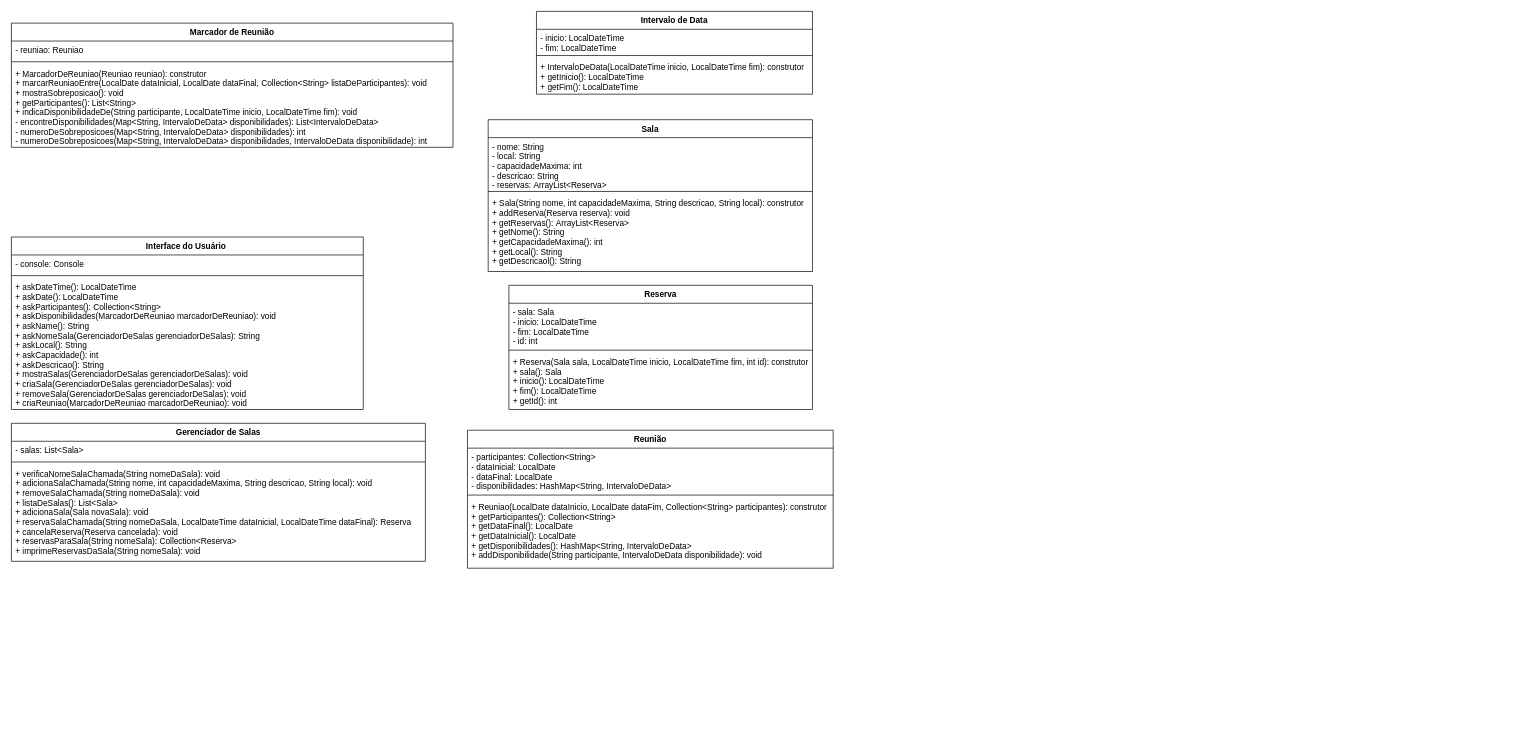
Earlier version of the draw.io diagram Untitled Diagram.drawio (luan-2rq/COO-Gerenciador-De-Salas). Source tidied: cells renumbered, new cells numbered last; positions are measured from the earlier drawing's top-left corner, leaving out a move shared by most shapes. Both pictures are drawn from the tidied source at 69%, with x=0, y=0 at pixel (11, 11).
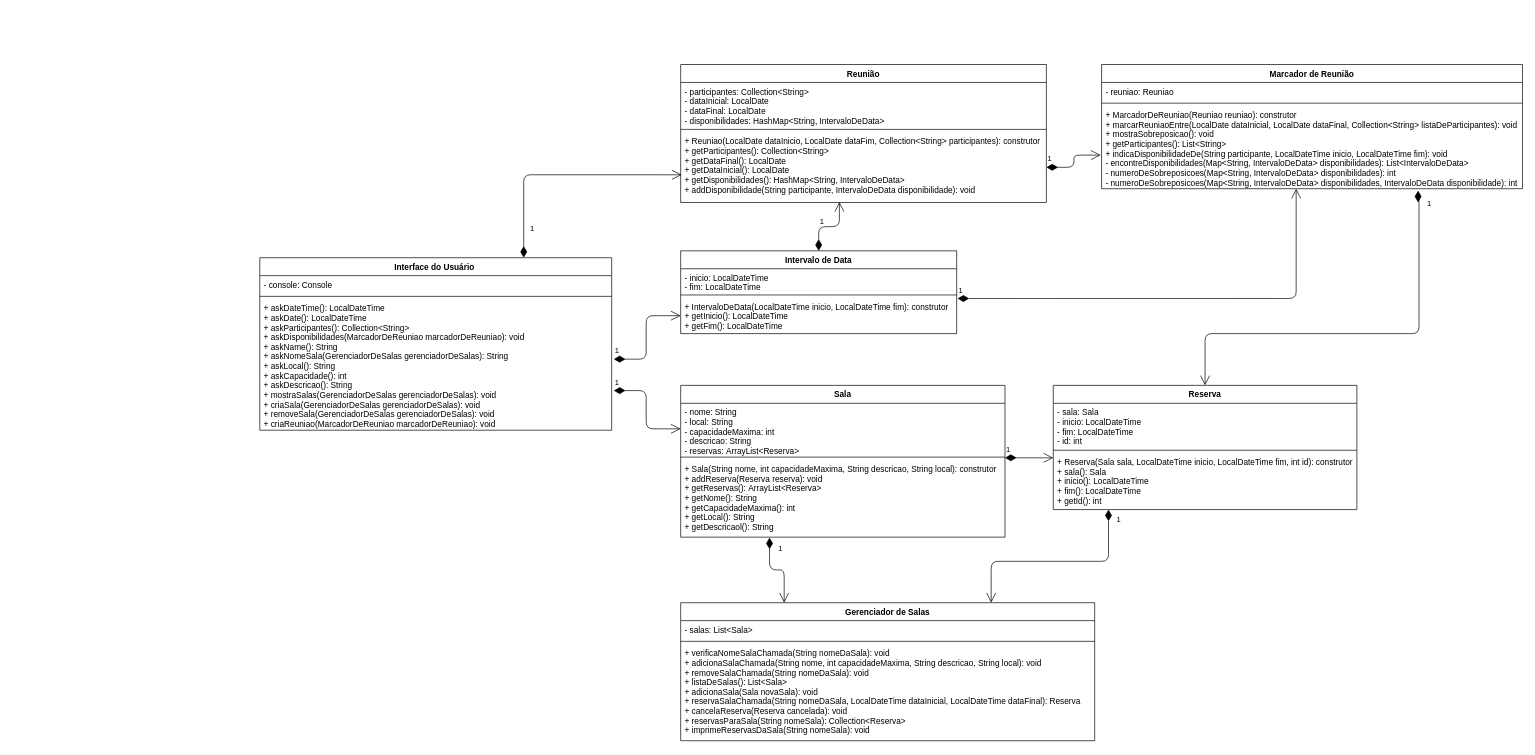
Above is the later version.

Unchanged cells that the change refers to:
```xml
<mxCell id="9" value="+ askDateTime(): LocalDateTime &#10;+ askDate(): LocalDateTime &#10;+ askParticipantes(): Collection&lt;String&gt; &#10;+ askDisponibilidades(MarcadorDeReuniao marcadorDeReuniao): void&#10;+ askName(): String&#10;+ askNomeSala(GerenciadorDeSalas gerenciadorDeSalas): String&#10;+ askLocal(): String&#10;+ askCapacidade(): int&#10;+ askDescricao(): String&#10;+ mostraSalas(GerenciadorDeSalas gerenciadorDeSalas): void&#10;+ criaSala(GerenciadorDeSalas gerenciadorDeSalas): void&#10;+ removeSala(GerenciadorDeSalas gerenciadorDeSalas): void&#10;+ criaReuniao(MarcadorDeReuniao marcadorDeReuniao): void&#10;" style="text;strokeColor=none;fillColor=none;align=left;verticalAlign=top;spacingLeft=4;spacingRight=4;overflow=hidden;points=[[0,0.5],[1,0.5]];portConstraint=eastwest;" parent="6" vertex="1">
  <mxGeometry y="60" width="510" height="190" as="geometry" />
</mxCell>
<mxCell id="17" value="+ Reuniao(LocalDate dataInicio, LocalDate dataFim, Collection&lt;String&gt; participantes): construtor&#10;+ getParticipantes(): Collection&lt;String&gt;&#10;+ getDataFinal(): LocalDate&#10;+ getDataInicial(): LocalDate&#10;+ getDisponibilidades(): HashMap&lt;String, IntervaloDeData&gt; &#10;+ addDisponibilidade(String participante, IntervaloDeData disponibilidade): void&#10;" style="text;strokeColor=none;fillColor=none;align=left;verticalAlign=top;spacingLeft=4;spacingRight=4;overflow=hidden;points=[[0,0.5],[1,0.5]];portConstraint=eastwest;" parent="14" vertex="1">
  <mxGeometry y="98" width="530" height="102" as="geometry" />
</mxCell>
<mxCell id="21" value="+ Reserva(Sala sala, LocalDateTime inicio, LocalDateTime fim, int id): construtor&#10;+ sala(): Sala&#10;+ inicio(): LocalDateTime&#10;+ fim(): LocalDateTime&#10;+ getId(): int" style="text;strokeColor=none;fillColor=none;align=left;verticalAlign=top;spacingLeft=4;spacingRight=4;overflow=hidden;points=[[0,0.5],[1,0.5]];portConstraint=eastwest;" parent="18" vertex="1">
  <mxGeometry y="98" width="440" height="82" as="geometry" />
</mxCell>
<mxCell id="23" value="- nome: String&#10;- local: String&#10;- capacidadeMaxima: int&#10;- descricao: String&#10;- reservas: ArrayList&lt;Reserva&gt;&#10;" style="text;strokeColor=none;fillColor=none;align=left;verticalAlign=top;spacingLeft=4;spacingRight=4;overflow=hidden;points=[[0,0.5],[1,0.5]];portConstraint=eastwest;" parent="22" vertex="1">
  <mxGeometry y="26" width="470" height="74" as="geometry" />
</mxCell>
<mxCell id="25" value="+ Sala(String nome, int capacidadeMaxima, String descricao, String local): construtor&#10;+ addReserva(Reserva reserva): void&#10;+ getReservas(): ArrayList&lt;Reserva&gt;&#10;+ getNome(): String&#10;+ getCapacidadeMaxima(): int&#10;+ getLocal(): String&#10;+ getDescricaol(): String" style="text;strokeColor=none;fillColor=none;align=left;verticalAlign=top;spacingLeft=4;spacingRight=4;overflow=hidden;points=[[0,0.5],[1,0.5]];portConstraint=eastwest;" parent="22" vertex="1">
  <mxGeometry y="108" width="470" height="112" as="geometry" />
</mxCell>
<mxCell id="29" value="+ IntervaloDeData(LocalDateTime inicio, LocalDateTime fim): construtor&#10;+ getInicio(): LocalDateTime&#10;+ getFim(): LocalDateTime" style="text;strokeColor=none;fillColor=none;align=left;verticalAlign=top;spacingLeft=4;spacingRight=4;overflow=hidden;points=[[0,0.5],[1,0.5]];portConstraint=eastwest;" parent="26" vertex="1">
  <mxGeometry y="68" width="400" height="52" as="geometry" />
</mxCell>
```

What changed in the source:
```diff
@@
     <mxCell id="2" value="Marcador de Reunião" style="swimlane;fontStyle=1;align=center;verticalAlign=top;horizontal=1;startSize=26;" parent="1" vertex="1">
-      <mxGeometry y="17" width="640" height="180" as="geometry" />
+      <mxGeometry x="1580" y="77" width="610" height="180" as="geometry" />
     </mxCell>
     <mxCell id="3" value="- reuniao: Reuniao" style="text;strokeColor=none;fillColor=none;align=left;verticalAlign=top;spacingLeft=4;spacingRight=4;overflow=hidden;" parent="2" vertex="1">
-      <mxGeometry y="26" width="640" height="26" as="geometry" />
+      <mxGeometry y="26" width="610" height="26" as="geometry" />
     </mxCell>
     <mxCell id="4" style="line;strokeWidth=1;fillColor=none;align=left;verticalAlign=middle;spacingTop=-1;spacingLeft=3;spacingRight=3;labelPosition=right;" parent="2" vertex="1">
-      <mxGeometry y="52" width="640" height="8" as="geometry" />
+      <mxGeometry y="52" width="610" height="8" as="geometry" />
     </mxCell>
     <mxCell id="5" value="+ MarcadorDeReuniao(Reuniao reuniao): construtor&#10;+ marcarReuniaoEntre(LocalDate dataInicial, LocalDate dataFinal, Collection&lt;String&gt; listaDeParticipantes): void&#10;+ mostraSobreposicao(): void&#10;+ getParticipantes(): List&lt;String&gt;&#10;+ indicaDisponibilidadeDe(String participante, LocalDateTime inicio, LocalDateTime fim): void&#10;- encontreDisponibilidades(Map&lt;String, IntervaloDeData&gt; disponibilidades): List&lt;IntervaloDeData&gt;&#10;- numeroDeSobreposicoes(Map&lt;String, IntervaloDeData&gt; disponibilidades): int&#10;- numeroDeSobreposicoes(Map&lt;String, IntervaloDeData&gt; disponibilidades, IntervaloDeData disponibilidade): int&#10;" style="text;strokeColor=none;fillColor=none;align=left;verticalAlign=top;spacingLeft=4;spacingRight=4;overflow=hidden;points=[[0,0.5],[1,0.5]];portConstraint=eastwest;" parent="2" vertex="1">
-      <mxGeometry y="60" width="640" height="120" as="geometry" />
+      <mxGeometry y="60" width="610" height="120" as="geometry" />
     </mxCell>
     <mxCell id="6" value="Interface do Usuário " style="swimlane;fontStyle=1;align=center;verticalAlign=top;horizontal=1;startSize=26;" parent="1" vertex="1">
-      <mxGeometry y="327" width="510" height="250" as="geometry" />
+      <mxGeometry x="360" y="357" width="510" height="250" as="geometry" />
     </mxCell>
@@
     <mxCell id="10" value="Gerenciador de Salas" style="swimlane;fontStyle=1;align=center;verticalAlign=top;horizontal=1;startSize=26;" parent="1" vertex="1">
-      <mxGeometry y="597" width="600" height="200" as="geometry" />
+      <mxGeometry x="970" y="857" width="600" height="200" as="geometry" />
     </mxCell>
@@
     <mxCell id="14" value="Reunião" style="swimlane;fontStyle=1;align=center;verticalAlign=top;horizontal=1;startSize=26;" parent="1" vertex="1">
-      <mxGeometry x="661" y="607" width="530" height="200" as="geometry" />
+      <mxGeometry x="970" y="77" width="530" height="200" as="geometry" />
     </mxCell>
@@
     <mxCell id="18" value="Reserva" style="swimlane;fontStyle=1;align=center;verticalAlign=top;horizontal=1;startSize=26;" parent="1" vertex="1">
-      <mxGeometry x="721" y="397" width="440" height="180" as="geometry" />
+      <mxGeometry x="1510" y="542" width="440" height="180" as="geometry" />
     </mxCell>
@@
     <mxCell id="22" value="Sala" style="swimlane;fontStyle=1;align=center;verticalAlign=top;horizontal=1;startSize=26;" parent="1" vertex="1">
-      <mxGeometry x="691" y="157" width="470" height="220" as="geometry" />
+      <mxGeometry x="970" y="542" width="470" height="220" as="geometry" />
     </mxCell>
@@
     <mxCell id="26" value="Intervalo de Data" style="swimlane;fontStyle=1;align=center;verticalAlign=top;horizontal=1;startSize=26;" parent="1" vertex="1">
-      <mxGeometry x="761" width="400" height="120" as="geometry" />
+      <mxGeometry x="970" y="347" width="400" height="120" as="geometry" />
     </mxCell>
@@
+    <mxCell id="30" value="1" style="endArrow=open;html=1;endSize=12;startArrow=diamondThin;startSize=14;startFill=1;edgeStyle=orthogonalEdgeStyle;align=left;verticalAlign=bottom;" parent="1" edge="1">
+      <mxGeometry x="-1" y="3" relative="1" as="geometry">
+        <mxPoint x="1440" y="647" as="sourcePoint" />
+        <mxPoint x="1510" y="647" as="targetPoint" />
+      </mxGeometry>
+    </mxCell>
+    <mxCell id="31" value="1" style="endArrow=open;html=1;endSize=12;startArrow=diamondThin;startSize=14;startFill=1;edgeStyle=orthogonalEdgeStyle;align=left;verticalAlign=bottom;exitX=1.003;exitY=0.022;exitDx=0;exitDy=0;exitPerimeter=0;" parent="1" edge="1" source="29" target="5">
+      <mxGeometry x="-1" y="3" relative="1" as="geometry">
+        <Array as="points">
+          <mxPoint x="1862" y="416" />
+        </Array>
+      </mxGeometry>
+    </mxCell>
+    <mxCell id="32" value="1" style="endArrow=open;html=1;endSize=12;startArrow=diamondThin;startSize=14;startFill=1;edgeStyle=orthogonalEdgeStyle;align=left;verticalAlign=bottom;exitX=0.5;exitY=0;exitDx=0;exitDy=0;entryX=0.434;entryY=0.992;entryDx=0;entryDy=0;entryPerimeter=0;" parent="1" edge="1" source="26" target="17">
+      <mxGeometry x="-0.34" relative="1" as="geometry" />
+    </mxCell>
+    <mxCell id="33" value="1" style="endArrow=open;html=1;endSize=12;startArrow=diamondThin;startSize=14;startFill=1;edgeStyle=orthogonalEdgeStyle;align=left;verticalAlign=bottom;exitX=0.752;exitY=1.023;exitDx=0;exitDy=0;exitPerimeter=0;" parent="1" edge="1" source="5" target="18">
+      <mxGeometry x="-0.9" y="10" relative="1" as="geometry">
+        <Array as="points">
+          <mxPoint x="2039" y="268" />
+          <mxPoint x="2040" y="467" />
+          <mxPoint x="1730" y="467" />
+        </Array>
+      </mxGeometry>
+    </mxCell>
+    <mxCell id="34" value="1" style="endArrow=open;html=1;endSize=12;startArrow=diamondThin;startSize=14;startFill=1;edgeStyle=orthogonalEdgeStyle;align=left;verticalAlign=bottom;exitX=1.006;exitY=0.458;exitDx=0;exitDy=0;exitPerimeter=0;" parent="1" edge="1" source="9" target="29">
+      <mxGeometry x="-1" y="3" relative="1" as="geometry" />
+    </mxCell>
+    <mxCell id="35" value="1" style="endArrow=open;html=1;endSize=12;startArrow=diamondThin;startSize=14;startFill=1;edgeStyle=orthogonalEdgeStyle;align=left;verticalAlign=bottom;exitX=0.274;exitY=1.005;exitDx=0;exitDy=0;entryX=0.25;entryY=0;entryDx=0;entryDy=0;exitPerimeter=0;" parent="1" edge="1" source="25" target="10">
+      <mxGeometry x="-0.58" y="11" relative="1" as="geometry" />
+    </mxCell>
+    <mxCell id="36" value="1" style="endArrow=open;html=1;endSize=12;startArrow=diamondThin;startSize=14;startFill=1;edgeStyle=orthogonalEdgeStyle;align=left;verticalAlign=bottom;exitX=0.75;exitY=0;exitDx=0;exitDy=0;entryX=0.003;entryY=0.606;entryDx=0;entryDy=0;entryPerimeter=0;" parent="1" edge="1" source="6" target="17">
+      <mxGeometry x="-0.81" y="-7" relative="1" as="geometry" />
+    </mxCell>
+    <mxCell id="37" value="1" style="endArrow=open;html=1;endSize=12;startArrow=diamondThin;startSize=14;startFill=1;edgeStyle=orthogonalEdgeStyle;align=left;verticalAlign=bottom;exitX=1.006;exitY=0.698;exitDx=0;exitDy=0;exitPerimeter=0;entryX=0;entryY=0.5;entryDx=0;entryDy=0;" parent="1" edge="1" source="9" target="23">
+      <mxGeometry x="-1" y="3" relative="1" as="geometry" />
+    </mxCell>
+    <mxCell id="38" value="1" style="endArrow=open;html=1;endSize=12;startArrow=diamondThin;startSize=14;startFill=1;edgeStyle=orthogonalEdgeStyle;align=left;verticalAlign=bottom;entryX=0.75;entryY=0;entryDx=0;entryDy=0;" parent="1" edge="1" source="21" target="10">
+      <mxGeometry x="-0.84" y="10" relative="1" as="geometry">
+        <Array as="points">
+          <mxPoint x="1590" y="797" />
+          <mxPoint x="1420" y="797" />
+        </Array>
+      </mxGeometry>
+    </mxCell>
+    <mxCell id="39" value="1" style="endArrow=open;html=1;endSize=12;startArrow=diamondThin;startSize=14;startFill=1;edgeStyle=orthogonalEdgeStyle;align=left;verticalAlign=bottom;exitX=1;exitY=0.5;exitDx=0;exitDy=0;entryX=-0.002;entryY=0.594;entryDx=0;entryDy=0;entryPerimeter=0;" parent="1" edge="1" source="17" target="5">
+      <mxGeometry x="-1" y="3" relative="1" as="geometry" />
+    </mxCell>
```
